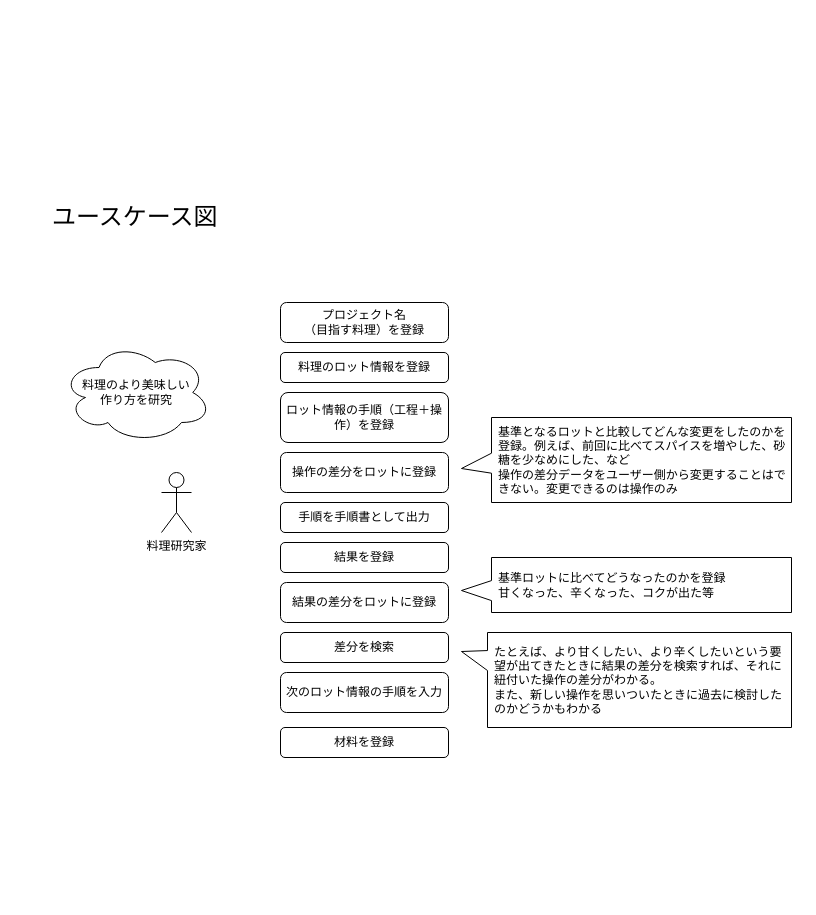
Earlier version of the draw.io diagram page "料理のユースケース図" (1 of 3) of uml/DDDModels.drawio (smallStall/MethodsNote). Source tidied: cells renumbered, new cells numbered last; positions are measured from the earlier drawing's top-left corner, leaving out a move shared by most shapes. Both pictures are drawn from the tidied source at 100%, with x=0, y=0 at pixel (50, 202).
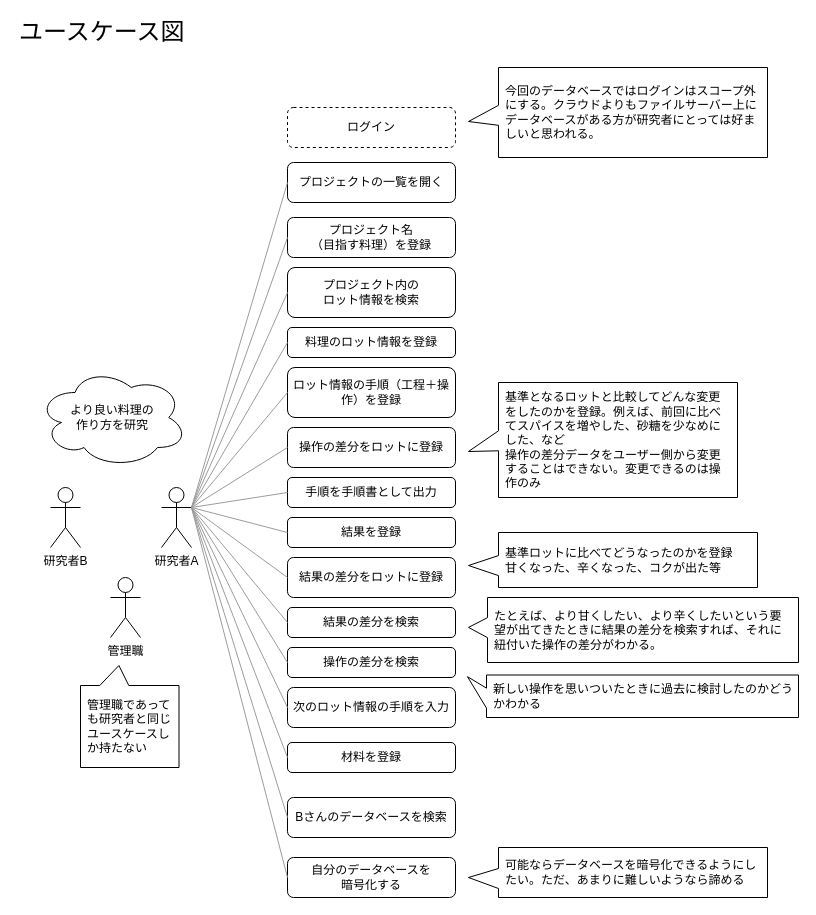
After the change.

The edit, as a diff of the source:
```diff
@@
-    <mxCell id="2" value="料理研究家" style="shape=umlActor;verticalLabelPosition=bottom;verticalAlign=top;html=1;outlineConnect=0;" parent="1" vertex="1">
-      <mxGeometry x="111" y="270" width="30" height="60" as="geometry" />
+    <mxCell id="2" value="研究者A" style="shape=umlActor;verticalLabelPosition=bottom;verticalAlign=top;html=1;outlineConnect=0;" parent="1" vertex="1">
+      <mxGeometry x="111" y="285" width="30" height="60" as="geometry" />
     </mxCell>
     <mxCell id="3" value="プロジェクト名&lt;br&gt;（目指す料理）を登録" style="rounded=1;whiteSpace=wrap;html=1;spacing=6;" parent="1" vertex="1">
-      <mxGeometry x="230" y="100" width="168" height="40" as="geometry" />
+      <mxGeometry x="237" y="15" width="168" height="40" as="geometry" />
     </mxCell>
     <mxCell id="4" value="料理のロット情報を登録" style="rounded=1;whiteSpace=wrap;html=1;spacing=6;" parent="1" vertex="1">
-      <mxGeometry x="230" y="150" width="168" height="30" as="geometry" />
+      <mxGeometry x="237" y="125" width="168" height="30" as="geometry" />
     </mxCell>
-    <mxCell id="5" value="料理のより美味しい&lt;br&gt;作り方を研究" style="ellipse;shape=cloud;whiteSpace=wrap;html=1;spacing=19;" parent="1" vertex="1">
-      <mxGeometry x="11" y="140" width="150" height="100" as="geometry" />
+    <mxCell id="5" value="より良い料理の&lt;br&gt;作り方を研究" style="ellipse;shape=cloud;whiteSpace=wrap;html=1;spacing=19;" parent="1" vertex="1">
+      <mxGeometry x="-13" y="165" width="150" height="100" as="geometry" />
     </mxCell>
     <mxCell id="6" value="ロット情報の手順（工程＋操作）を登録" style="rounded=1;whiteSpace=wrap;html=1;spacing=6;" parent="1" vertex="1">
-      <mxGeometry x="230" y="190" width="168" height="50" as="geometry" />
+      <mxGeometry x="237" y="165" width="168" height="50" as="geometry" />
     </mxCell>
     <mxCell id="7" value="手順を手順書として出力" style="rounded=1;whiteSpace=wrap;html=1;spacing=6;" parent="1" vertex="1">
-      <mxGeometry x="230" y="300" width="168" height="30" as="geometry" />
+      <mxGeometry x="237" y="275" width="168" height="30" as="geometry" />
     </mxCell>
     <mxCell id="8" value="結果を登録" style="rounded=1;whiteSpace=wrap;html=1;spacing=6;" parent="1" vertex="1">
-      <mxGeometry x="230" y="340" width="168" height="30" as="geometry" />
+      <mxGeometry x="237" y="315" width="168" height="30" as="geometry" />
     </mxCell>
     <mxCell id="9" value="結果の差分をロットに登録" style="rounded=1;whiteSpace=wrap;html=1;spacing=6;" parent="1" vertex="1">
-      <mxGeometry x="230" y="380" width="168" height="40" as="geometry" />
+      <mxGeometry x="237" y="355" width="168" height="40" as="geometry" />
     </mxCell>
-    <mxCell id="10" value="差分を検索" style="rounded=1;whiteSpace=wrap;html=1;spacing=6;" parent="1" vertex="1">
-      <mxGeometry x="230" y="430" width="168" height="30" as="geometry" />
+    <mxCell id="10" value="結果の差分を検索" style="rounded=1;whiteSpace=wrap;html=1;spacing=6;" parent="1" vertex="1">
+      <mxGeometry x="237" y="405" width="168" height="30" as="geometry" />
     </mxCell>
     <mxCell id="11" value="次のロット情報の手順を入力" style="rounded=1;whiteSpace=wrap;html=1;spacing=6;" parent="1" vertex="1">
-      <mxGeometry x="230" y="470" width="168" height="40" as="geometry" />
+      <mxGeometry x="237" y="485" width="168" height="40" as="geometry" />
     </mxCell>
     <mxCell id="12" value="材料を登録" style="rounded=1;whiteSpace=wrap;html=1;spacing=6;" parent="1" vertex="1">
-      <mxGeometry x="230" y="525" width="168" height="30" as="geometry" />
+      <mxGeometry x="237" y="540" width="168" height="30" as="geometry" />
     </mxCell>
     <mxCell id="13" value="基準ロットに比べてどうなったのかを登録&lt;br&gt;甘くなった、辛くなった、コクが出た等" style="shape=callout;whiteSpace=wrap;html=1;perimeter=calloutPerimeter;size=30;position=0.42;position2=0.6;direction=south;align=left;spacing=7;" parent="1" vertex="1">
-      <mxGeometry x="411" y="355" width="330" height="55" as="geometry" />
+      <mxGeometry x="418" y="330" width="289" height="55" as="geometry" />
     </mxCell>
-    <mxCell id="14" value="たとえば、より甘くしたい、より辛くしたいという要望が出てきたときに結果の差分を検索すれば、それに紐付いた操作の差分がわかる。&lt;br&gt;また、新しい操作を思いついたときに過去に検討したのかどうかもわかる" style="shape=callout;whiteSpace=wrap;html=1;perimeter=calloutPerimeter;size=26;position=0.19;position2=0.2;direction=south;align=left;spacing=7;" parent="1" vertex="1">
-      <mxGeometry x="411" y="430" width="330" height="95" as="geometry" />
+    <mxCell id="14" value="たとえば、より甘くしたい、より辛くしたいという要望が出てきたときに結果の差分を検索すれば、それに紐付いた操作の差分がわかる。&lt;br&gt;" style="shape=callout;whiteSpace=wrap;html=1;perimeter=calloutPerimeter;size=19;position=0.31;position2=0.46;direction=south;align=left;spacing=7;" parent="1" vertex="1">
+      <mxGeometry x="418" y="395" width="330" height="65" as="geometry" />
     </mxCell>
     <mxCell id="15" value="操作の差分をロットに登録" style="rounded=1;whiteSpace=wrap;html=1;spacing=6;" parent="1" vertex="1">
-      <mxGeometry x="230" y="250" width="168" height="40" as="geometry" />
+      <mxGeometry x="237" y="225" width="168" height="40" as="geometry" />
     </mxCell>
     <mxCell id="16" value="基準となるロットと比較してどんな変更をしたのかを登録。例えば、前回に比べてスパイスを増やした、砂糖を少なめにした、など&lt;br&gt;操作の差分データをユーザー側から変更することはできない。変更できるのは操作のみ" style="shape=callout;whiteSpace=wrap;html=1;perimeter=calloutPerimeter;size=30;position=0.42;position2=0.6;direction=south;align=left;spacing=7;" parent="1" vertex="1">
-      <mxGeometry x="411" y="215" width="330" height="85" as="geometry" />
+      <mxGeometry x="418" y="180" width="269" height="115" as="geometry" />
     </mxCell>
     <mxCell id="17" value="ユースケース図" style="text;html=1;strokeColor=none;fillColor=none;align=left;verticalAlign=middle;whiteSpace=wrap;rounded=0;fontSize=24;" parent="1" vertex="1">
-      <mxGeometry width="190" height="30" as="geometry" />
+      <mxGeometry x="-33" y="-185" width="190" height="30" as="geometry" />
     </mxCell>
+    <mxCell id="18" value="研究者B" style="shape=umlActor;verticalLabelPosition=bottom;verticalAlign=top;html=1;" parent="1" vertex="1">
+      <mxGeometry y="285" width="30" height="60" as="geometry" />
+    </mxCell>
+    <mxCell id="19" value="Bさんのデータベースを検索" style="rounded=1;whiteSpace=wrap;html=1;spacing=6;" parent="1" vertex="1">
+      <mxGeometry x="237" y="595" width="168" height="40" as="geometry" />
+    </mxCell>
+    <mxCell id="20" value="プロジェクト内の&lt;br&gt;ロット情報を検索" style="rounded=1;whiteSpace=wrap;html=1;spacing=6;" parent="1" vertex="1">
+      <mxGeometry x="237" y="65" width="168" height="50" as="geometry" />
+    </mxCell>
+    <mxCell id="21" value="操作の差分を検索" style="rounded=1;whiteSpace=wrap;html=1;spacing=6;" parent="1" vertex="1">
+      <mxGeometry x="237" y="445" width="168" height="30" as="geometry" />
+    </mxCell>
+    <mxCell id="22" value="&lt;span style=&quot;font-family: &amp;#34;helvetica&amp;#34;&quot;&gt;新しい操作を思いついたときに過去に検討したのかどうかわかる&lt;/span&gt;" style="shape=callout;whiteSpace=wrap;html=1;perimeter=calloutPerimeter;size=19;position=0.31;position2=0.04;direction=south;align=left;spacing=7;" parent="1" vertex="1">
+      <mxGeometry x="417" y="472.5" width="331" height="42.5" as="geometry" />
+    </mxCell>
+    <mxCell id="23" style="endArrow=none;html=1;rounded=0;exitX=1;exitY=0.3333333333333333;exitDx=0;exitDy=0;exitPerimeter=0;entryX=0;entryY=0.5;entryDx=0;entryDy=0;strokeWidth=1;strokeColor=#9C9C9C;" parent="1" edge="1" source="2" target="3">
+      <mxGeometry relative="1" as="geometry" />
+    </mxCell>
+    <mxCell id="24" style="endArrow=none;html=1;rounded=0;exitX=1;exitY=0.3333333333333333;exitDx=0;exitDy=0;exitPerimeter=0;entryX=0;entryY=0.5;entryDx=0;entryDy=0;strokeWidth=1;strokeColor=#9C9C9C;" parent="1" edge="1" source="2" target="20">
+      <mxGeometry relative="1" as="geometry" />
+    </mxCell>
+    <mxCell id="25" style="endArrow=none;html=1;rounded=0;exitX=1;exitY=0.3333333333333333;exitDx=0;exitDy=0;exitPerimeter=0;entryX=0;entryY=0.5;entryDx=0;entryDy=0;strokeWidth=1;strokeColor=#9C9C9C;" parent="1" edge="1" source="2" target="4">
+      <mxGeometry relative="1" as="geometry" />
+    </mxCell>
+    <mxCell id="26" style="endArrow=none;html=1;rounded=0;exitX=1;exitY=0.3333333333333333;exitDx=0;exitDy=0;exitPerimeter=0;entryX=0;entryY=0.5;entryDx=0;entryDy=0;strokeWidth=1;strokeColor=#9C9C9C;" parent="1" edge="1" source="2" target="6">
+      <mxGeometry relative="1" as="geometry" />
+    </mxCell>
+    <mxCell id="27" style="endArrow=none;html=1;rounded=0;exitX=1;exitY=0.3333333333333333;exitDx=0;exitDy=0;exitPerimeter=0;entryX=0;entryY=0.5;entryDx=0;entryDy=0;strokeWidth=1;strokeColor=#9C9C9C;" parent="1" edge="1" source="2" target="15">
+      <mxGeometry relative="1" as="geometry" />
+    </mxCell>
+    <mxCell id="28" value="管理職" style="shape=umlActor;verticalLabelPosition=bottom;verticalAlign=top;html=1;" parent="1" vertex="1">
+      <mxGeometry x="60" y="375" width="30" height="60" as="geometry" />
+    </mxCell>
+    <mxCell id="29" value="管理職であっても研究者と同じユースケースしか持たない" style="shape=callout;whiteSpace=wrap;html=1;perimeter=calloutPerimeter;size=20;position=0.51;position2=0.61;direction=west;align=left;spacing=7;base=29;" parent="1" vertex="1">
+      <mxGeometry x="30" y="463" width="98.5" height="102" as="geometry" />
+    </mxCell>
+    <mxCell id="30" style="endArrow=none;html=1;rounded=0;exitX=1;exitY=0.3333333333333333;exitDx=0;exitDy=0;exitPerimeter=0;entryX=0;entryY=0.5;entryDx=0;entryDy=0;strokeWidth=1;strokeColor=#9C9C9C;" parent="1" edge="1" source="2" target="7">
+      <mxGeometry relative="1" as="geometry" />
+    </mxCell>
+    <mxCell id="31" value="自分のデータベースを&lt;br&gt;暗号化する" style="rounded=1;whiteSpace=wrap;html=1;spacing=6;" parent="1" vertex="1">
+      <mxGeometry x="237" y="655" width="168" height="40" as="geometry" />
+    </mxCell>
+    <mxCell id="32" value="プロジェクトの一覧を開く" style="rounded=1;whiteSpace=wrap;html=1;spacing=6;" parent="1" vertex="1">
+      <mxGeometry x="237" y="-40" width="168" height="40" as="geometry" />
+    </mxCell>
+    <mxCell id="33" style="endArrow=none;html=1;rounded=0;exitX=1;exitY=0.3333333333333333;exitDx=0;exitDy=0;exitPerimeter=0;entryX=0;entryY=0.5;entryDx=0;entryDy=0;strokeWidth=1;strokeColor=#9C9C9C;" parent="1" edge="1" source="2" target="32">
+      <mxGeometry relative="1" as="geometry" />
+    </mxCell>
+    <mxCell id="34" style="endArrow=none;html=1;rounded=0;exitX=1;exitY=0.3333333333333333;exitDx=0;exitDy=0;exitPerimeter=0;entryX=0;entryY=0.5;entryDx=0;entryDy=0;strokeWidth=1;strokeColor=#9C9C9C;" parent="1" edge="1" source="2" target="8">
+      <mxGeometry relative="1" as="geometry" />
+    </mxCell>
+    <mxCell id="35" style="endArrow=none;html=1;rounded=0;entryX=0;entryY=0.5;entryDx=0;entryDy=0;exitX=1;exitY=0.3333333333333333;exitDx=0;exitDy=0;exitPerimeter=0;strokeWidth=1;strokeColor=#9C9C9C;" parent="1" edge="1" source="2" target="9">
+      <mxGeometry relative="1" as="geometry" />
+    </mxCell>
+    <mxCell id="36" style="endArrow=none;html=1;rounded=0;entryX=0;entryY=0.5;entryDx=0;entryDy=0;exitX=1;exitY=0.3333333333333333;exitDx=0;exitDy=0;exitPerimeter=0;strokeWidth=1;strokeColor=#9C9C9C;" parent="1" edge="1" source="2" target="10">
+      <mxGeometry relative="1" as="geometry" />
+    </mxCell>
+    <mxCell id="37" style="endArrow=none;html=1;rounded=0;entryX=0;entryY=0.5;entryDx=0;entryDy=0;exitX=1;exitY=0.3333333333333333;exitDx=0;exitDy=0;exitPerimeter=0;strokeWidth=1;strokeColor=#9C9C9C;" parent="1" edge="1" source="2" target="21">
+      <mxGeometry relative="1" as="geometry" />
+    </mxCell>
+    <mxCell id="38" style="endArrow=none;html=1;rounded=0;entryX=0;entryY=0.5;entryDx=0;entryDy=0;exitX=1;exitY=0.3333333333333333;exitDx=0;exitDy=0;exitPerimeter=0;strokeWidth=1;strokeColor=#9C9C9C;" parent="1" edge="1" source="2" target="11">
+      <mxGeometry relative="1" as="geometry" />
+    </mxCell>
+    <mxCell id="39" style="endArrow=none;html=1;rounded=0;entryX=0;entryY=0.5;entryDx=0;entryDy=0;exitX=1;exitY=0.3333333333333333;exitDx=0;exitDy=0;exitPerimeter=0;strokeWidth=1;strokeColor=#9C9C9C;" parent="1" edge="1" source="2" target="12">
+      <mxGeometry relative="1" as="geometry" />
+    </mxCell>
+    <mxCell id="40" style="endArrow=none;html=1;rounded=0;entryX=0;entryY=0.5;entryDx=0;entryDy=0;exitX=1;exitY=0.3333333333333333;exitDx=0;exitDy=0;exitPerimeter=0;strokeWidth=1;strokeColor=#9C9C9C;" parent="1" edge="1" source="2" target="19">
+      <mxGeometry relative="1" as="geometry" />
+    </mxCell>
+    <mxCell id="41" style="endArrow=none;html=1;rounded=0;entryX=0;entryY=0.5;entryDx=0;entryDy=0;exitX=1;exitY=0.3333333333333333;exitDx=0;exitDy=0;exitPerimeter=0;strokeWidth=1;strokeColor=#9C9C9C;" parent="1" edge="1" source="2" target="31">
+      <mxGeometry relative="1" as="geometry" />
+    </mxCell>
+    <mxCell id="42" value="ログイン" style="rounded=1;whiteSpace=wrap;html=1;spacing=6;dashed=1;" parent="1" vertex="1">
+      <mxGeometry x="237" y="-95" width="168" height="40" as="geometry" />
+    </mxCell>
+    <mxCell id="43" value="今回のデータベースではログインはスコープ外にする。クラウドよりもファイルサーバー上にデータベースがある方が研究者にとっては好ましいと思われる。" style="shape=callout;whiteSpace=wrap;html=1;perimeter=calloutPerimeter;size=30;position=0.42;position2=0.6;direction=south;align=left;spacing=7;" parent="1" vertex="1">
+      <mxGeometry x="418" y="-135" width="299" height="90" as="geometry" />
+    </mxCell>
+    <mxCell id="44" value="可能ならデータベースを暗号化できるようにしたい。ただ、あまりに難しいようなら諦める" style="shape=callout;whiteSpace=wrap;html=1;perimeter=calloutPerimeter;size=30;position=0.42;position2=0.6;direction=south;align=left;spacing=7;" parent="1" vertex="1">
+      <mxGeometry x="418" y="645" width="299" height="50" as="geometry" />
+    </mxCell>
```
